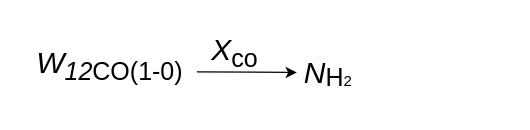
Before: 未命名绘图.drawio in luoluo19550418/drawio, a draw.io diagram. Source tidied: cells renumbered, new cells numbered last; positions are measured from the earlier drawing's top-left corner, leaving out a move shared by most shapes. Both pictures are drawn from the tidied source at 125%, with x=0, y=0 at pixel (21, 21).
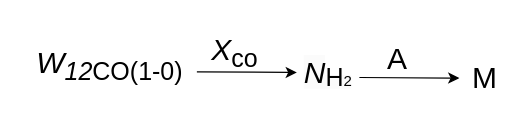
The same page after the edit.

Commit message (it also covers changes not shown here):
更新未命名绘图.drawio

Change to the diagram source:
```diff
@@
 <mxGraphModel>
   <root>
     <mxCell id="0" />
     <mxCell id="1" parent="0" />
     <mxCell id="2" value="&lt;span style=&quot;border-color: var(--border-color); color: rgb(0, 0, 0); font-family: Helvetica; font-style: normal; font-variant-ligatures: normal; font-variant-caps: normal; font-weight: 400; letter-spacing: normal; orphans: 2; text-align: center; text-indent: 0px; text-transform: none; widows: 2; word-spacing: 0px; -webkit-text-stroke-width: 0px; background-color: rgb(251, 251, 251); text-decoration-thickness: initial; text-decoration-style: initial; text-decoration-color: initial; font-size: 24px;&quot;&gt;&lt;i style=&quot;border-color: var(--border-color);&quot;&gt;N&lt;/i&gt;&lt;/span&gt;&lt;sub style=&quot;border-color: var(--border-color); color: rgb(0, 0, 0); font-family: Helvetica; font-style: normal; font-variant-ligatures: normal; font-variant-caps: normal; font-weight: 400; letter-spacing: normal; orphans: 2; text-align: center; text-indent: 0px; text-transform: none; widows: 2; word-spacing: 0px; -webkit-text-stroke-width: 0px; background-color: rgb(251, 251, 251); text-decoration-thickness: initial; text-decoration-style: initial; text-decoration-color: initial;&quot;&gt;&lt;span style=&quot;border-color: var(--border-color); font-size: 20px;&quot;&gt;H&lt;/span&gt;&lt;font style=&quot;border-color: var(--border-color); font-size: 12px;&quot;&gt;2&lt;/font&gt;&lt;/sub&gt;" style="text;whiteSpace=wrap;html=1;" parent="1" vertex="1">
       <mxGeometry x="224" y="20" width="70" height="50" as="geometry" />
     </mxCell>
     <mxCell id="3" value="&lt;font style=&quot;font-size: 24px;&quot;&gt;&lt;i&gt;X&lt;/i&gt;&lt;sub&gt;co&lt;/sub&gt;&lt;/font&gt;" style="text;html=1;align=center;verticalAlign=middle;strokeColor=none;fillColor=none;" parent="1" vertex="1">
       <mxGeometry x="140" width="60" height="50" as="geometry" />
     </mxCell>
     <mxCell id="4" style="endArrow=classic;html=1;rounded=0;" parent="1" edge="1">
       <mxGeometry relative="1" as="geometry">
         <mxPoint x="140" y="40" as="sourcePoint" />
         <mxPoint x="220" y="40.5" as="targetPoint" />
       </mxGeometry>
     </mxCell>
     <mxCell id="5" value="&lt;font style=&quot;font-size: 24px;&quot;&gt;&lt;i&gt;W&lt;sub&gt;12&lt;/sub&gt;&lt;/i&gt;&lt;sub&gt;CO(1-0)&lt;/sub&gt;&lt;/font&gt;" style="text;html=1;align=center;verticalAlign=middle;strokeColor=none;fillColor=none;" parent="1" vertex="1">
       <mxGeometry y="10" width="140" height="50" as="geometry" />
     </mxCell>
+    <mxCell id="6" style="endArrow=classic;html=1;rounded=0;" parent="1" edge="1">
+      <mxGeometry relative="1" as="geometry">
+        <mxPoint x="270" y="44.5" as="sourcePoint" />
+        <mxPoint x="350" y="45" as="targetPoint" />
+      </mxGeometry>
+    </mxCell>
+    <mxCell id="7" value="&lt;font style=&quot;font-size: 24px;&quot;&gt;M&lt;/font&gt;" style="text;html=1;align=center;verticalAlign=middle;strokeColor=none;fillColor=none;" parent="1" vertex="1">
+      <mxGeometry x="350" y="25" width="40" height="40" as="geometry" />
+    </mxCell>
+    <mxCell id="8" value="&lt;font style=&quot;font-size: 24px;&quot;&gt;A&lt;/font&gt;" style="text;html=1;align=center;verticalAlign=middle;strokeColor=none;fillColor=none;" parent="1" vertex="1">
+      <mxGeometry x="280" y="10" width="40" height="40" as="geometry" />
+    </mxCell>
   </root>
 </mxGraphModel>
```
